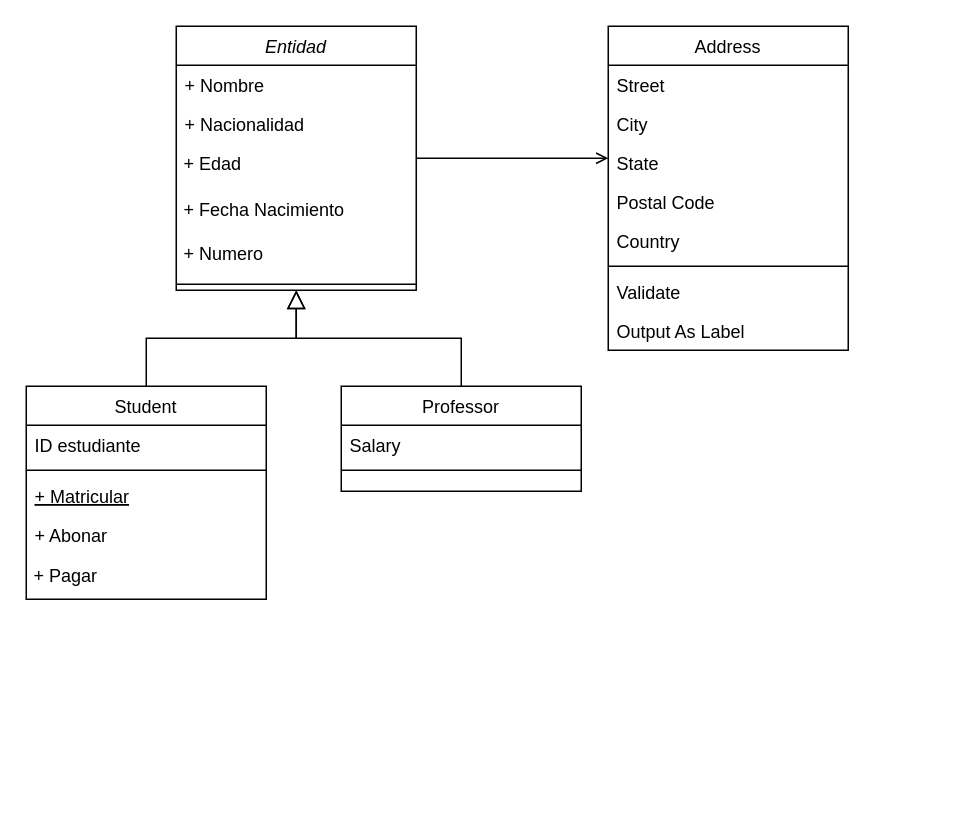
This is Untitled Diagram.drawio from Glen96/Proyecto_Registro_estudiantes, a draw.io file, before an edit. Source tidied: cells renumbered, new cells numbered last; positions are measured from the earlier drawing's top-left corner, leaving out a move shared by most shapes. Both pictures are drawn from the tidied source at 150%, with x=0, y=0 at pixel (26, 26).
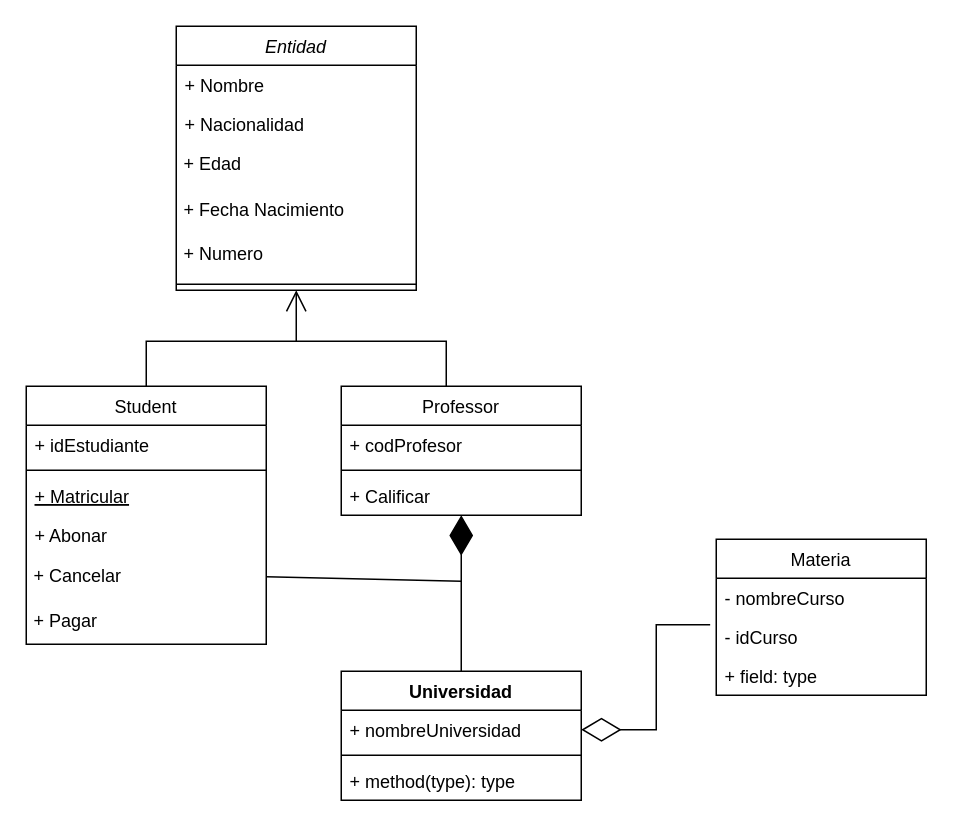
After the change.

The change refers to these unchanged cells:
```xml
<mxCell id="2" value="Entidad" style="swimlane;fontStyle=2;align=center;verticalAlign=top;horizontal=1;startSize=26;rounded=0;shadow=0;strokeWidth=1;" parent="1" vertex="1">
  <mxGeometry x="100" width="160" height="176" as="geometry" />
</mxCell>
```

Change to the diagram source:
```diff
@@
     <mxCell id="9" value="Student" style="swimlane;fontStyle=0;align=center;verticalAlign=top;horizontal=1;startSize=26;rounded=0;shadow=0;strokeWidth=1;" parent="1" vertex="1">
-      <mxGeometry y="240" width="160" height="142" as="geometry" />
+      <mxGeometry y="240" width="160" height="172" as="geometry" />
     </mxCell>
-    <mxCell id="10" value="ID estudiante" style="text;align=left;verticalAlign=top;spacingLeft=4;spacingRight=4;overflow=hidden;" parent="9" vertex="1">
+    <mxCell id="10" value="+ idEstudiante" style="text;align=left;verticalAlign=top;spacingLeft=4;spacingRight=4;overflow=hidden;" parent="9" vertex="1">
       <mxGeometry y="26" width="160" height="26" as="geometry" />
     </mxCell>
@@
+    <mxCell id="30" value="&amp;nbsp;+ Cancelar" style="text;html=1;strokeColor=none;fillColor=none;align=left;verticalAlign=middle;whiteSpace=wrap;rounded=0;" parent="9" vertex="1">
+      <mxGeometry y="112" width="160" height="30" as="geometry" />
+    </mxCell>
     <mxCell id="14" value="&amp;nbsp;+ Pagar" style="text;html=1;strokeColor=none;fillColor=none;align=left;verticalAlign=middle;whiteSpace=wrap;rounded=0;" parent="9" vertex="1">
-      <mxGeometry y="112" width="160" height="30" as="geometry" />
+      <mxGeometry y="142" width="160" height="30" as="geometry" />
     </mxCell>
-    <mxCell id="15" style="endArrow=block;endSize=10;endFill=0;shadow=0;strokeWidth=1;rounded=0;edgeStyle=elbowEdgeStyle;elbow=vertical;" parent="1" edge="1" source="9" target="2">
-      <mxGeometry relative="1" as="geometry" />
-    </mxCell>
     <mxCell id="16" value="Professor" style="swimlane;fontStyle=0;align=center;verticalAlign=top;horizontal=1;startSize=26;rounded=0;shadow=0;strokeWidth=1;" parent="1" vertex="1">
-      <mxGeometry x="210" y="240" width="160" height="70" as="geometry" />
+      <mxGeometry x="210" y="240" width="160" height="86" as="geometry" />
     </mxCell>
-    <mxCell id="17" value="Salary" style="text;align=left;verticalAlign=top;spacingLeft=4;spacingRight=4;overflow=hidden;" parent="16" vertex="1">
+    <mxCell id="17" value="+ codProfesor" style="text;align=left;verticalAlign=top;spacingLeft=4;spacingRight=4;overflow=hidden;" parent="16" vertex="1">
       <mxGeometry y="26" width="160" height="26" as="geometry" />
     </mxCell>
@@
-    <mxCell id="19" style="endArrow=block;endSize=10;endFill=0;shadow=0;strokeWidth=1;rounded=0;edgeStyle=elbowEdgeStyle;elbow=vertical;" parent="1" edge="1" source="16" target="2">
-      <mxGeometry relative="1" as="geometry" />
-    </mxCell>
-    <mxCell id="20" value="Address" style="swimlane;fontStyle=0;align=center;verticalAlign=top;horizontal=1;startSize=26;rounded=0;shadow=0;strokeWidth=1;" parent="1" vertex="1">
-      <mxGeometry x="388" width="160" height="216" as="geometry" />
-    </mxCell>
-    <mxCell id="21" value="Street" style="text;align=left;verticalAlign=top;spacingLeft=4;spacingRight=4;overflow=hidden;" parent="20" vertex="1">
-      <mxGeometry y="26" width="160" height="26" as="geometry" />
-    </mxCell>
-    <mxCell id="22" value="City" style="text;align=left;verticalAlign=top;spacingLeft=4;spacingRight=4;overflow=hidden;rounded=0;shadow=0;html=0;" parent="20" vertex="1">
-      <mxGeometry y="52" width="160" height="26" as="geometry" />
-    </mxCell>
-    <mxCell id="23" value="State" style="text;align=left;verticalAlign=top;spacingLeft=4;spacingRight=4;overflow=hidden;rounded=0;shadow=0;html=0;" parent="20" vertex="1">
-      <mxGeometry y="78" width="160" height="26" as="geometry" />
-    </mxCell>
-    <mxCell id="24" value="Postal Code" style="text;align=left;verticalAlign=top;spacingLeft=4;spacingRight=4;overflow=hidden;rounded=0;shadow=0;html=0;" parent="20" vertex="1">
-      <mxGeometry y="104" width="160" height="26" as="geometry" />
-    </mxCell>
-    <mxCell id="25" value="Country" style="text;align=left;verticalAlign=top;spacingLeft=4;spacingRight=4;overflow=hidden;rounded=0;shadow=0;html=0;" parent="20" vertex="1">
-      <mxGeometry y="130" width="160" height="26" as="geometry" />
-    </mxCell>
-    <mxCell id="26" style="line;html=1;strokeWidth=1;align=left;verticalAlign=middle;spacingTop=-1;spacingLeft=3;spacingRight=3;labelPosition=right;" parent="20" vertex="1">
-      <mxGeometry y="156" width="160" height="8" as="geometry" />
-    </mxCell>
-    <mxCell id="27" value="Validate" style="text;align=left;verticalAlign=top;spacingLeft=4;spacingRight=4;overflow=hidden;" parent="20" vertex="1">
-      <mxGeometry y="164" width="160" height="26" as="geometry" />
-    </mxCell>
-    <mxCell id="28" value="Output As Label" style="text;align=left;verticalAlign=top;spacingLeft=4;spacingRight=4;overflow=hidden;" parent="20" vertex="1">
-      <mxGeometry y="190" width="160" height="26" as="geometry" />
-    </mxCell>
-    <mxCell id="29" style="endArrow=open;shadow=0;strokeWidth=1;rounded=0;endFill=1;edgeStyle=elbowEdgeStyle;elbow=vertical;" parent="1" edge="1" source="2" target="20">
-      <mxGeometry x="0.5" y="41" relative="1" as="geometry">
-        <mxPoint x="-40" y="32" as="offset" />
-      </mxGeometry>
-    </mxCell>
+    <mxCell id="31" value="+ Calificar" style="text;strokeColor=none;fillColor=none;align=left;verticalAlign=top;spacingLeft=4;spacingRight=4;overflow=hidden;" parent="16" vertex="1">
+      <mxGeometry y="60" width="160" height="26" as="geometry" />
+    </mxCell>
+    <mxCell id="32" style="endArrow=none;html=1;rounded=0;" parent="1" edge="1">
+      <mxGeometry relative="1" as="geometry">
+        <mxPoint x="280" y="240" as="sourcePoint" />
+        <mxPoint x="180" y="210" as="targetPoint" />
+        <Array as="points">
+          <mxPoint x="280" y="210" />
+        </Array>
+      </mxGeometry>
+    </mxCell>
+    <mxCell id="15" style="endArrow=open;endFill=1;endSize=12;html=1;rounded=0;entryX=0.5;entryY=1;entryDx=0;entryDy=0;exitX=0.5;exitY=0;exitDx=0;exitDy=0;" parent="1" edge="1" source="9" target="2">
+      <mxGeometry relative="1" as="geometry">
+        <Array as="points">
+          <mxPoint x="80" y="210" />
+          <mxPoint x="180" y="210" />
+        </Array>
+      </mxGeometry>
+    </mxCell>
+    <mxCell id="33" value="Universidad" style="swimlane;fontStyle=1;align=center;verticalAlign=top;horizontal=1;startSize=26;" parent="1" vertex="1">
+      <mxGeometry x="210" y="430" width="160" height="86" as="geometry" />
+    </mxCell>
+    <mxCell id="34" value="+ nombreUniversidad" style="text;strokeColor=none;fillColor=none;align=left;verticalAlign=top;spacingLeft=4;spacingRight=4;overflow=hidden;points=[[0,0.5],[1,0.5]];portConstraint=eastwest;" parent="33" vertex="1">
+      <mxGeometry y="26" width="160" height="26" as="geometry" />
+    </mxCell>
+    <mxCell id="35" style="line;strokeWidth=1;fillColor=none;align=left;verticalAlign=middle;spacingTop=-1;spacingLeft=3;spacingRight=3;labelPosition=right;" parent="33" vertex="1">
+      <mxGeometry y="52" width="160" height="8" as="geometry" />
+    </mxCell>
+    <mxCell id="36" value="+ method(type): type" style="text;strokeColor=none;fillColor=none;align=left;verticalAlign=top;spacingLeft=4;spacingRight=4;overflow=hidden;" parent="33" vertex="1">
+      <mxGeometry y="60" width="160" height="26" as="geometry" />
+    </mxCell>
+    <mxCell id="37" style="endArrow=diamondThin;endFill=1;endSize=24;html=1;rounded=0;exitX=0.5;exitY=0;exitDx=0;exitDy=0;entryX=0.5;entryY=1;entryDx=0;entryDy=0;" parent="1" edge="1" source="33" target="16">
+      <mxGeometry relative="1" as="geometry" />
+    </mxCell>
+    <mxCell id="38" style="endArrow=none;html=1;rounded=0;exitX=1;exitY=0.5;exitDx=0;exitDy=0;" parent="1" edge="1" source="30">
+      <mxGeometry relative="1" as="geometry">
+        <mxPoint x="290" y="370" as="targetPoint" />
+      </mxGeometry>
+    </mxCell>
+    <mxCell id="39" value="Materia" style="swimlane;fontStyle=0;horizontal=1;startSize=26;fillColor=none;align=center;" parent="1" vertex="1">
+      <mxGeometry x="460" y="342" width="140" height="104" as="geometry" />
+    </mxCell>
+    <mxCell id="40" value="- nombreCurso" style="text;strokeColor=none;fillColor=none;align=left;verticalAlign=top;spacingLeft=4;spacingRight=4;overflow=hidden;points=[[0,0.5],[1,0.5]];portConstraint=eastwest;" parent="39" vertex="1">
+      <mxGeometry y="26" width="140" height="26" as="geometry" />
+    </mxCell>
+    <mxCell id="41" value="- idCurso" style="text;strokeColor=none;fillColor=none;align=left;verticalAlign=top;spacingLeft=4;spacingRight=4;overflow=hidden;" parent="39" vertex="1">
+      <mxGeometry y="52" width="140" height="26" as="geometry" />
+    </mxCell>
+    <mxCell id="42" value="+ field: type" style="text;strokeColor=none;fillColor=none;align=left;verticalAlign=top;spacingLeft=4;spacingRight=4;overflow=hidden;" parent="39" vertex="1">
+      <mxGeometry y="78" width="140" height="26" as="geometry" />
+    </mxCell>
+    <mxCell id="43" style="endArrow=diamondThin;endFill=0;endSize=24;html=1;rounded=0;exitX=-0.029;exitY=1.192;exitDx=0;exitDy=0;exitPerimeter=0;entryX=1;entryY=0.5;entryDx=0;entryDy=0;" parent="1" edge="1" source="40" target="34">
+      <mxGeometry relative="1" as="geometry">
+        <Array as="points">
+          <mxPoint x="420" y="399" />
+          <mxPoint x="420" y="469" />
+        </Array>
+      </mxGeometry>
+    </mxCell>
```
